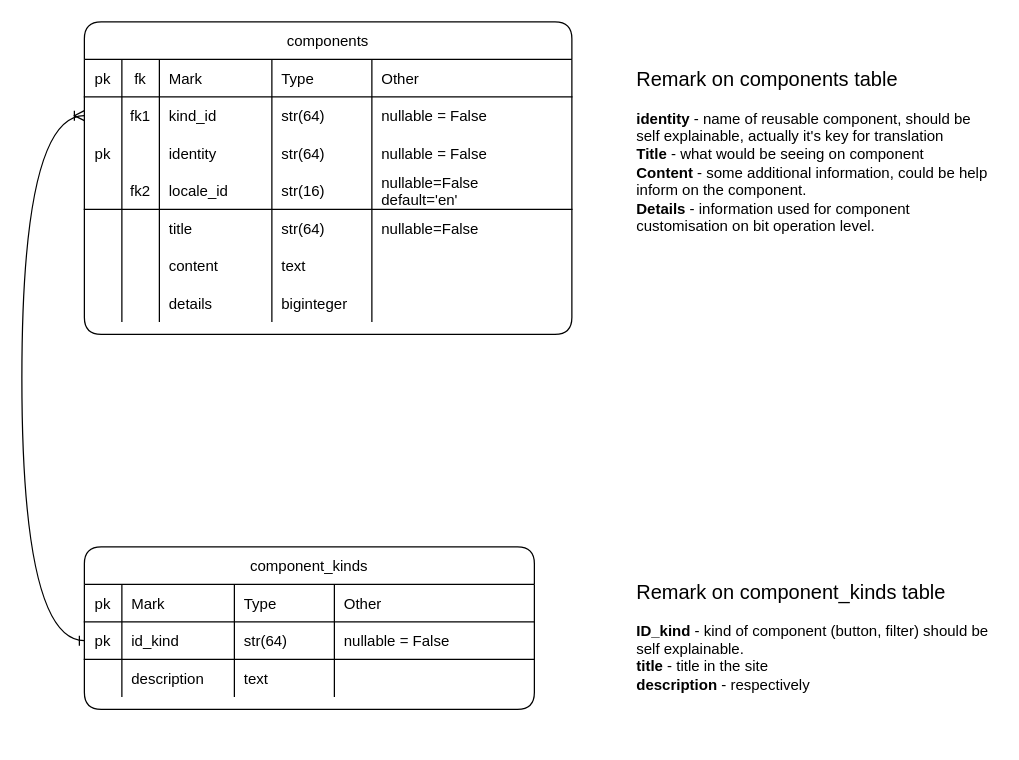
Earlier version of the draw.io diagram page "components table" (3 of 10) of market-coffee.drawio (Sergey190309/220415-market-caffee). Source tidied: cells renumbered, new cells numbered last; positions are measured from the earlier drawing's top-left corner, leaving out a move shared by most shapes. Both pictures are drawn from the tidied source at 125%, with x=0, y=0 at pixel (21, 21).
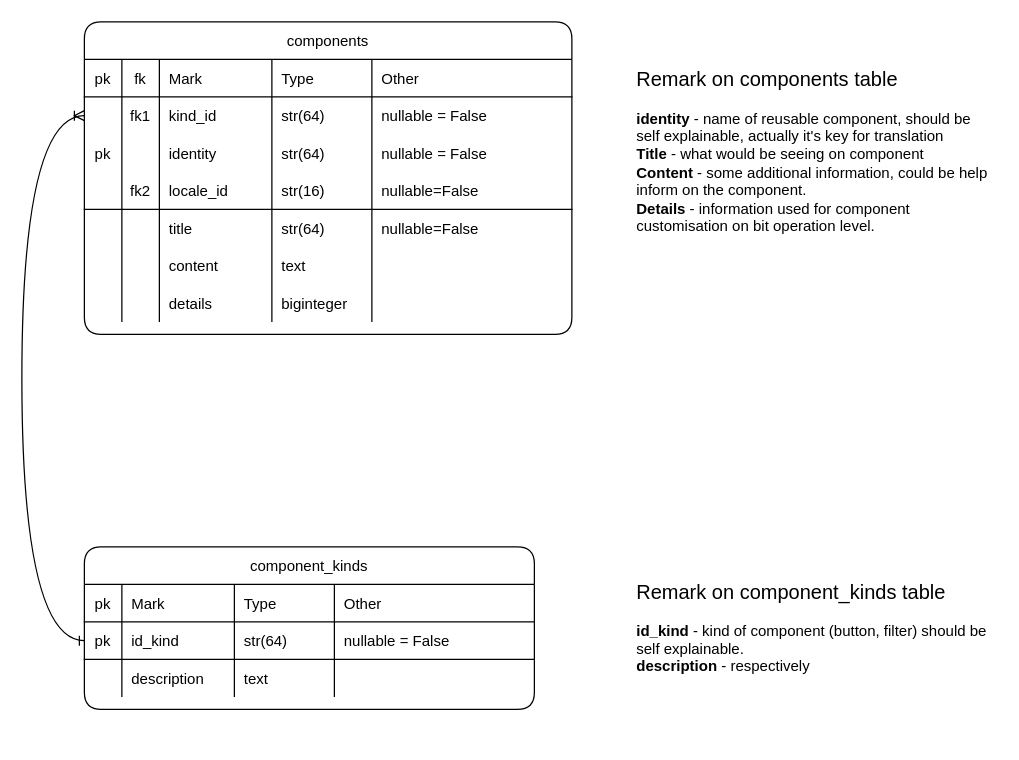
Above is the later version.

Unchanged cells that the change refers to:
```xml
<mxCell id="21" style="shape=partialRectangle;fillColor=none;top=0;left=0;bottom=1;right=0;fontStyle=5;rounded=1;" parent="2" vertex="1">
  <mxGeometry y="120" width="390" height="30" as="geometry" />
</mxCell>
```

The edit, as a diff of the source:
```diff
@@
-    <mxCell id="26" value="nullable=False&#10;default='en'" style="shape=partialRectangle;fillColor=none;top=0;left=0;bottom=0;right=0;align=left;spacingLeft=6;fontStyle=0;overflow=hidden;rounded=1;" parent="21" vertex="1">
+    <mxCell id="26" value="nullable=False" style="shape=partialRectangle;fillColor=none;top=0;left=0;bottom=0;right=0;align=left;spacingLeft=6;fontStyle=0;overflow=hidden;rounded=1;" parent="21" vertex="1">
       <mxGeometry x="230" width="160" height="30" as="geometry" />
     </mxCell>
@@
-    <mxCell id="63" value="&lt;font style=&quot;font-size: 16px&quot;&gt;Remark on&amp;nbsp;&lt;span style=&quot;text-align: center&quot;&gt;component_kinds&lt;/span&gt;&amp;nbsp;table&lt;/font&gt;&lt;br&gt;&lt;font style=&quot;font-size: 12px&quot;&gt;&lt;br&gt;&lt;b&gt;ID_kind&amp;nbsp;&lt;/b&gt;- kind of component (button, filter) should be self explainable.&lt;br&gt;&lt;b&gt;title&lt;/b&gt; - title in the site&lt;br&gt;&lt;b&gt;description&lt;/b&gt; - respectively&lt;br&gt;&lt;/font&gt;" style="text;html=1;strokeColor=none;fillColor=none;align=left;verticalAlign=top;whiteSpace=wrap;overflow=hidden;fontSize=12;spacingTop=0;" parent="61" vertex="1">
+    <mxCell id="63" value="&lt;font style=&quot;font-size: 16px&quot;&gt;Remark on&amp;nbsp;&lt;span style=&quot;text-align: center&quot;&gt;component_kinds&lt;/span&gt;&amp;nbsp;table&lt;/font&gt;&lt;br&gt;&lt;font style=&quot;font-size: 12px&quot;&gt;&lt;br&gt;&lt;b&gt;id_kind&amp;nbsp;&lt;/b&gt;- kind of component (button, filter) should be self explainable.&lt;br&gt;&lt;b&gt;description&lt;/b&gt; - respectively&lt;br&gt;&lt;/font&gt;" style="text;html=1;strokeColor=none;fillColor=none;align=left;verticalAlign=top;whiteSpace=wrap;overflow=hidden;fontSize=12;spacingTop=0;" parent="61" vertex="1">
       <mxGeometry x="490" y="440" width="290" height="130" as="geometry" />
     </mxCell>
```
